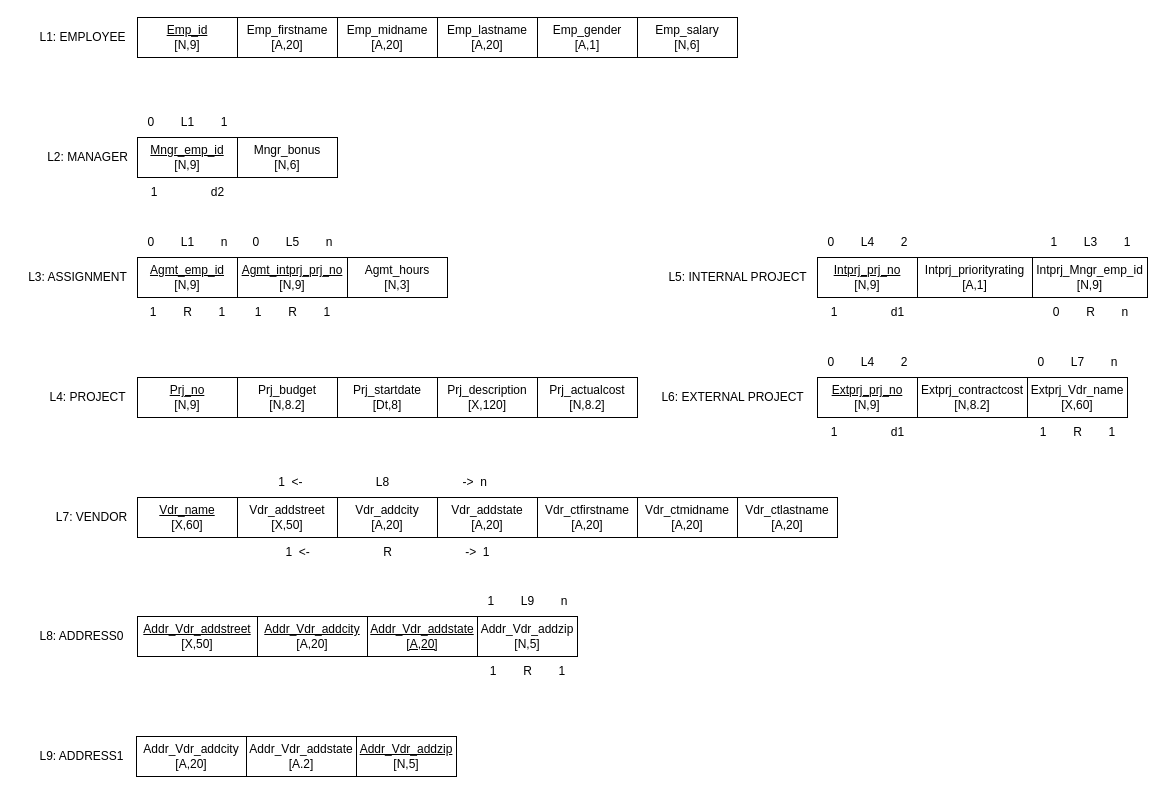
LarryChenCode/IS7020_diagrams keeps this draw.io diagram as isd_v1.drawio. Above is the earlier version. Source tidied: cells renumbered, new cells numbered last; positions are measured from the earlier drawing's top-left corner, leaving out a move shared by most shapes. Both pictures are drawn from the tidied source at 100%, with x=0, y=0 at pixel (17, 17).
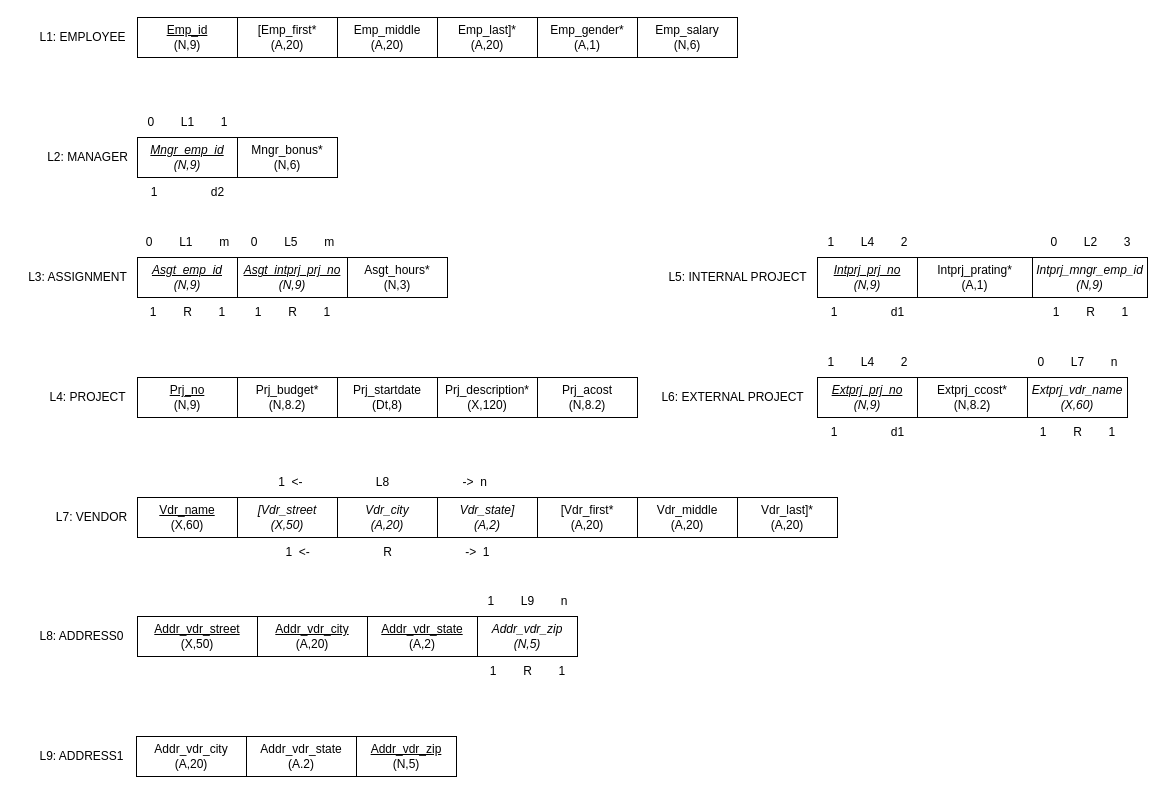
The same page after the edit.

The edit, as a diff of the source:
```diff
@@
-    <mxCell id="3" value="&lt;u&gt;Emp_id&lt;/u&gt;&lt;div&gt;[N,9]&lt;/div&gt;" style="whiteSpace=wrap;html=1;align=center;" parent="1" vertex="1">
+    <mxCell id="3" value="&lt;u&gt;Emp_id&lt;/u&gt;&lt;div&gt;(N,9)&lt;/div&gt;" style="whiteSpace=wrap;html=1;align=center;" parent="1" vertex="1">
       <mxGeometry x="120" width="100" height="40" as="geometry" />
     </mxCell>
-    <mxCell id="4" value="Emp_firstname&lt;div&gt;[A,20]&lt;br&gt;&lt;/div&gt;" style="whiteSpace=wrap;html=1;align=center;" parent="1" vertex="1">
+    <mxCell id="4" value="&lt;div&gt;[Emp_first*&lt;/div&gt;&lt;div&gt;(A,20)&lt;br&gt;&lt;/div&gt;" style="whiteSpace=wrap;html=1;align=center;" parent="1" vertex="1">
       <mxGeometry x="220" width="100" height="40" as="geometry" />
     </mxCell>
-    <mxCell id="5" value="Emp_midname&lt;div&gt;[A,20]&lt;br&gt;&lt;/div&gt;" style="whiteSpace=wrap;html=1;align=center;" parent="1" vertex="1">
+    <mxCell id="5" value="&lt;div&gt;Emp_middle&lt;/div&gt;&lt;div&gt;(A,20)&lt;br&gt;&lt;/div&gt;" style="whiteSpace=wrap;html=1;align=center;" parent="1" vertex="1">
       <mxGeometry x="320" width="100" height="40" as="geometry" />
     </mxCell>
-    <mxCell id="6" value="Emp_lastname&lt;div&gt;[A,20]&lt;br&gt;&lt;/div&gt;" style="whiteSpace=wrap;html=1;align=center;" parent="1" vertex="1">
+    <mxCell id="6" value="&lt;div&gt;Emp_last]*&lt;/div&gt;&lt;div&gt;(A,20)&lt;br&gt;&lt;/div&gt;" style="whiteSpace=wrap;html=1;align=center;" parent="1" vertex="1">
       <mxGeometry x="420" width="100" height="40" as="geometry" />
     </mxCell>
@@
-    <mxCell id="8" value="&lt;u&gt;Mngr_emp_id&lt;/u&gt;&lt;div&gt;[N,9]&lt;/div&gt;" style="whiteSpace=wrap;html=1;align=center;" parent="1" vertex="1">
+    <mxCell id="8" value="&lt;u&gt;&lt;i&gt;Mngr_emp_id&lt;/i&gt;&lt;/u&gt;&lt;div&gt;&lt;i&gt;(N,9)&lt;/i&gt;&lt;/div&gt;" style="whiteSpace=wrap;html=1;align=center;" parent="1" vertex="1">
       <mxGeometry x="120" y="120" width="100" height="40" as="geometry" />
     </mxCell>
-    <mxCell id="9" value="Mngr_bonus&lt;div&gt;[N,6]&lt;/div&gt;" style="whiteSpace=wrap;html=1;align=center;" parent="1" vertex="1">
+    <mxCell id="9" value="Mngr_bonus*&lt;div&gt;(N,6)&lt;/div&gt;" style="whiteSpace=wrap;html=1;align=center;" parent="1" vertex="1">
       <mxGeometry x="220" y="120" width="100" height="40" as="geometry" />
     </mxCell>
@@
-    <mxCell id="11" value="Agmt_hours&lt;div&gt;[N,3]&lt;/div&gt;" style="whiteSpace=wrap;html=1;align=center;" parent="1" vertex="1">
+    <mxCell id="11" value="Asgt_hours*&lt;div&gt;(N,3)&lt;/div&gt;" style="whiteSpace=wrap;html=1;align=center;" parent="1" vertex="1">
       <mxGeometry x="330" y="240" width="100" height="40" as="geometry" />
     </mxCell>
-    <mxCell id="12" value="Emp_gender&lt;div&gt;[A,1]&lt;/div&gt;" style="whiteSpace=wrap;html=1;align=center;" parent="1" vertex="1">
+    <mxCell id="12" value="Emp_gender*&lt;div&gt;(A,1)&lt;/div&gt;" style="whiteSpace=wrap;html=1;align=center;" parent="1" vertex="1">
       <mxGeometry x="520" width="100" height="40" as="geometry" />
     </mxCell>
-    <mxCell id="13" value="Emp_salary&lt;div&gt;[N,6]&lt;/div&gt;" style="whiteSpace=wrap;html=1;align=center;" parent="1" vertex="1">
+    <mxCell id="13" value="Emp_salary&lt;div&gt;(N,6)&lt;/div&gt;" style="whiteSpace=wrap;html=1;align=center;" parent="1" vertex="1">
       <mxGeometry x="620" width="100" height="40" as="geometry" />
     </mxCell>
@@
-    <mxCell id="15" value="Intprj_priorityrating&lt;div&gt;[A,1]&lt;/div&gt;" style="whiteSpace=wrap;html=1;align=center;" parent="1" vertex="1">
+    <mxCell id="15" value="&lt;div&gt;Intprj_prating*&lt;/div&gt;&lt;div&gt;(A,1)&lt;/div&gt;" style="whiteSpace=wrap;html=1;align=center;" parent="1" vertex="1">
       <mxGeometry x="900" y="240" width="115" height="40" as="geometry" />
     </mxCell>
@@
-    <mxCell id="17" value="Extprj_contractcost&lt;div&gt;[N,8.2]&lt;/div&gt;" style="whiteSpace=wrap;html=1;align=center;" parent="1" vertex="1">
+    <mxCell id="17" value="&lt;div&gt;Extprj_ccost*&lt;/div&gt;&lt;div&gt;(N,8.2)&lt;/div&gt;" style="whiteSpace=wrap;html=1;align=center;" parent="1" vertex="1">
       <mxGeometry x="900" y="360" width="110" height="40" as="geometry" />
     </mxCell>
@@
-    <mxCell id="19" value="&lt;u&gt;Prj_no&lt;/u&gt;&lt;div&gt;[N,9]&lt;/div&gt;" style="whiteSpace=wrap;html=1;align=center;" parent="1" vertex="1">
+    <mxCell id="19" value="&lt;u&gt;Prj_no&lt;/u&gt;&lt;div&gt;(N,9)&lt;/div&gt;" style="whiteSpace=wrap;html=1;align=center;" parent="1" vertex="1">
       <mxGeometry x="120" y="360" width="100" height="40" as="geometry" />
     </mxCell>
-    <mxCell id="20" value="Prj_budget&lt;div&gt;[N,8.2]&lt;/div&gt;" style="whiteSpace=wrap;html=1;align=center;" parent="1" vertex="1">
+    <mxCell id="20" value="Prj_budget*&lt;div&gt;(N,8.2)&lt;/div&gt;" style="whiteSpace=wrap;html=1;align=center;" parent="1" vertex="1">
       <mxGeometry x="220" y="360" width="100" height="40" as="geometry" />
     </mxCell>
-    <mxCell id="21" value="Prj_startdate&lt;div&gt;[Dt,8]&lt;/div&gt;" style="whiteSpace=wrap;html=1;align=center;" parent="1" vertex="1">
+    <mxCell id="21" value="Prj_startdate&lt;div&gt;(Dt,8)&lt;/div&gt;" style="whiteSpace=wrap;html=1;align=center;" parent="1" vertex="1">
       <mxGeometry x="320" y="360" width="100" height="40" as="geometry" />
     </mxCell>
-    <mxCell id="22" value="Prj_description&lt;div&gt;[X,120]&lt;/div&gt;" style="whiteSpace=wrap;html=1;align=center;" parent="1" vertex="1">
+    <mxCell id="22" value="Prj_description*&lt;div&gt;(X,120)&lt;/div&gt;" style="whiteSpace=wrap;html=1;align=center;" parent="1" vertex="1">
       <mxGeometry x="420" y="360" width="100" height="40" as="geometry" />
     </mxCell>
-    <mxCell id="23" value="Prj_actualcost&lt;div&gt;[N,8.2]&lt;/div&gt;" style="whiteSpace=wrap;html=1;align=center;" parent="1" vertex="1">
+    <mxCell id="23" value="&lt;div&gt;Prj_acost&lt;/div&gt;&lt;div&gt;(N,8.2)&lt;/div&gt;" style="whiteSpace=wrap;html=1;align=center;" parent="1" vertex="1">
       <mxGeometry x="520" y="360" width="100" height="40" as="geometry" />
     </mxCell>
-    <mxCell id="24" value="&lt;u&gt;Intprj_prj_no&lt;/u&gt;&lt;div&gt;[N,9]&lt;/div&gt;" style="whiteSpace=wrap;html=1;align=center;" parent="1" vertex="1">
+    <mxCell id="24" value="&lt;u&gt;&lt;i&gt;Intprj_prj_no&lt;/i&gt;&lt;/u&gt;&lt;div&gt;&lt;i&gt;(N,9)&lt;/i&gt;&lt;/div&gt;" style="whiteSpace=wrap;html=1;align=center;" parent="1" vertex="1">
       <mxGeometry x="800" y="240" width="100" height="40" as="geometry" />
     </mxCell>
-    <mxCell id="25" value="&lt;u&gt;Extprj_prj_no&lt;/u&gt;&lt;div&gt;[N,9]&lt;/div&gt;" style="whiteSpace=wrap;html=1;align=center;" parent="1" vertex="1">
+    <mxCell id="25" value="&lt;u&gt;&lt;i&gt;Extprj_prj_no&lt;/i&gt;&lt;/u&gt;&lt;div&gt;&lt;i&gt;(N,9)&lt;/i&gt;&lt;/div&gt;" style="whiteSpace=wrap;html=1;align=center;" parent="1" vertex="1">
       <mxGeometry x="800" y="360" width="100" height="40" as="geometry" />
     </mxCell>
-    <mxCell id="26" value="&lt;u&gt;Agmt_intprj_prj_no&lt;/u&gt;&lt;div&gt;[N,9]&lt;/div&gt;" style="whiteSpace=wrap;html=1;align=center;" parent="1" vertex="1">
+    <mxCell id="26" value="&lt;i&gt;&lt;u&gt;Asgt_intprj_prj_no&lt;/u&gt;&lt;br&gt;&lt;/i&gt;&lt;div&gt;&lt;i&gt;(N,9)&lt;/i&gt;&lt;/div&gt;" style="whiteSpace=wrap;html=1;align=center;" parent="1" vertex="1">
       <mxGeometry x="220" y="240" width="110" height="40" as="geometry" />
     </mxCell>
-    <mxCell id="27" value="&lt;u&gt;Agmt_emp_id&lt;/u&gt;&lt;div&gt;[N,9]&lt;/div&gt;" style="whiteSpace=wrap;html=1;align=center;" parent="1" vertex="1">
+    <mxCell id="27" value="&lt;i&gt;&lt;u&gt;Asgt_emp_id&lt;/u&gt;&lt;br&gt;&lt;/i&gt;&lt;div&gt;&lt;i&gt;(N,9)&lt;/i&gt;&lt;/div&gt;" style="whiteSpace=wrap;html=1;align=center;" parent="1" vertex="1">
       <mxGeometry x="120" y="240" width="100" height="40" as="geometry" />
     </mxCell>
@@
-    <mxCell id="29" value="&lt;u&gt;Vdr_name&lt;/u&gt;&lt;div&gt;[X,60]&lt;/div&gt;" style="whiteSpace=wrap;html=1;align=center;" parent="1" vertex="1">
+    <mxCell id="29" value="&lt;u&gt;Vdr_name&lt;/u&gt;&lt;div&gt;(X,60)&lt;/div&gt;" style="whiteSpace=wrap;html=1;align=center;" parent="1" vertex="1">
       <mxGeometry x="120" y="480" width="100" height="40" as="geometry" />
     </mxCell>
-    <mxCell id="30" value="Vdr_addstreet&lt;div&gt;[X,50]&lt;/div&gt;" style="whiteSpace=wrap;html=1;align=center;" parent="1" vertex="1">
+    <mxCell id="30" value="&lt;i&gt;[Vdr_street&lt;/i&gt;&lt;div&gt;&lt;i&gt;(X,50)&lt;/i&gt;&lt;/div&gt;" style="whiteSpace=wrap;html=1;align=center;" parent="1" vertex="1">
       <mxGeometry x="220" y="480" width="100" height="40" as="geometry" />
     </mxCell>
-    <mxCell id="31" value="Vdr_addcity&lt;div&gt;[A,20]&lt;/div&gt;" style="whiteSpace=wrap;html=1;align=center;" parent="1" vertex="1">
+    <mxCell id="31" value="&lt;i&gt;Vdr_city&lt;/i&gt;&lt;div&gt;&lt;i&gt;(A,20)&lt;/i&gt;&lt;/div&gt;" style="whiteSpace=wrap;html=1;align=center;" parent="1" vertex="1">
       <mxGeometry x="320" y="480" width="100" height="40" as="geometry" />
     </mxCell>
-    <mxCell id="32" value="Vdr_addstate&lt;div&gt;[A,20]&lt;/div&gt;" style="whiteSpace=wrap;html=1;align=center;" parent="1" vertex="1">
+    <mxCell id="32" value="&lt;i&gt;Vdr_state]&lt;/i&gt;&lt;div&gt;&lt;i&gt;(A,2)&lt;/i&gt;&lt;/div&gt;" style="whiteSpace=wrap;html=1;align=center;" parent="1" vertex="1">
       <mxGeometry x="420" y="480" width="100" height="40" as="geometry" />
     </mxCell>
-    <mxCell id="33" value="Vdr_ctfirstname&lt;div&gt;[A,20]&lt;/div&gt;" style="whiteSpace=wrap;html=1;align=center;" parent="1" vertex="1">
+    <mxCell id="33" value="[Vdr_first*&lt;div&gt;(A,20)&lt;/div&gt;" style="whiteSpace=wrap;html=1;align=center;" parent="1" vertex="1">
       <mxGeometry x="520" y="480" width="100" height="40" as="geometry" />
     </mxCell>
-    <mxCell id="34" value="Vdr_ctmidname&lt;div&gt;[A,20]&lt;br&gt;&lt;/div&gt;" style="whiteSpace=wrap;html=1;align=center;" parent="1" vertex="1">
+    <mxCell id="34" value="Vdr_middle&lt;div&gt;&lt;span style=&quot;background-color: initial;&quot;&gt;(A,20)&lt;/span&gt;&lt;/div&gt;" style="whiteSpace=wrap;html=1;align=center;" parent="1" vertex="1">
       <mxGeometry x="620" y="480" width="100" height="40" as="geometry" />
     </mxCell>
-    <mxCell id="35" value="Vdr_ctlastname&lt;div&gt;[A,20]&lt;br&gt;&lt;/div&gt;" style="whiteSpace=wrap;html=1;align=center;" parent="1" vertex="1">
+    <mxCell id="35" value="Vdr_last]*&lt;div&gt;(A,20)&lt;br&gt;&lt;/div&gt;" style="whiteSpace=wrap;html=1;align=center;" parent="1" vertex="1">
       <mxGeometry x="720" y="480" width="100" height="40" as="geometry" />
     </mxCell>
@@
-    <mxCell id="37" value="Addr_Vdr_addcity&lt;div&gt;[A,20]&lt;/div&gt;" style="whiteSpace=wrap;html=1;align=center;" parent="1" vertex="1">
+    <mxCell id="37" value="Addr_vdr_city&lt;div&gt;(A,20)&lt;/div&gt;" style="whiteSpace=wrap;html=1;align=center;" parent="1" vertex="1">
       <mxGeometry x="119" y="719" width="110" height="40" as="geometry" />
     </mxCell>
-    <mxCell id="38" value="Addr_Vdr_addstate&lt;div&gt;[A.2]&lt;/div&gt;" style="whiteSpace=wrap;html=1;align=center;" parent="1" vertex="1">
+    <mxCell id="38" value="Addr_vdr_state&lt;div&gt;(A.2)&lt;/div&gt;" style="whiteSpace=wrap;html=1;align=center;" parent="1" vertex="1">
       <mxGeometry x="229" y="719" width="110" height="40" as="geometry" />
     </mxCell>
-    <mxCell id="39" value="&lt;u&gt;Addr_Vdr_addzip&lt;/u&gt;&lt;div&gt;[N,5]&lt;/div&gt;" style="whiteSpace=wrap;html=1;align=center;" parent="1" vertex="1">
+    <mxCell id="39" value="&lt;u&gt;Addr_vdr_zip&lt;/u&gt;&lt;div&gt;(N,5)&lt;/div&gt;" style="whiteSpace=wrap;html=1;align=center;" parent="1" vertex="1">
       <mxGeometry x="339" y="719" width="100" height="40" as="geometry" />
     </mxCell>
@@
-    <mxCell id="41" value="&lt;u&gt;Addr_Vdr_addstreet&lt;/u&gt;&lt;div&gt;[X,50]&lt;/div&gt;" style="whiteSpace=wrap;html=1;align=center;" parent="1" vertex="1">
+    <mxCell id="41" value="&lt;u&gt;Addr_vdr_street&lt;/u&gt;&lt;div&gt;(X,50)&lt;/div&gt;" style="whiteSpace=wrap;html=1;align=center;" parent="1" vertex="1">
       <mxGeometry x="120" y="599" width="120" height="40" as="geometry" />
     </mxCell>
-    <mxCell id="42" value="&lt;u&gt;Addr_Vdr_addcity&lt;/u&gt;&lt;div&gt;[A,20]&lt;/div&gt;" style="whiteSpace=wrap;html=1;align=center;" parent="1" vertex="1">
+    <mxCell id="42" value="&lt;u&gt;Addr_vdr_city&lt;/u&gt;&lt;div&gt;(A,20)&lt;/div&gt;" style="whiteSpace=wrap;html=1;align=center;" parent="1" vertex="1">
       <mxGeometry x="240" y="599" width="110" height="40" as="geometry" />
     </mxCell>
-    <mxCell id="43" value="&lt;u&gt;Addr_Vdr_addstate&lt;/u&gt;&lt;div&gt;&lt;u&gt;[A,20]&lt;/u&gt;&lt;/div&gt;" style="whiteSpace=wrap;html=1;align=center;" parent="1" vertex="1">
+    <mxCell id="43" value="&lt;u&gt;Addr_vdr_state&lt;/u&gt;&lt;div&gt;(A,2)&lt;/div&gt;" style="whiteSpace=wrap;html=1;align=center;" parent="1" vertex="1">
       <mxGeometry x="350" y="599" width="110" height="40" as="geometry" />
     </mxCell>
-    <mxCell id="44" value="Addr_Vdr_addzip&lt;div&gt;[N,5]&lt;/div&gt;" style="whiteSpace=wrap;html=1;align=center;" parent="1" vertex="1">
+    <mxCell id="44" value="&lt;i&gt;Addr_vdr_zip&lt;/i&gt;&lt;div&gt;&lt;i&gt;(N,5)&lt;/i&gt;&lt;/div&gt;" style="whiteSpace=wrap;html=1;align=center;" parent="1" vertex="1">
       <mxGeometry x="460" y="599" width="100" height="40" as="geometry" />
     </mxCell>
-    <mxCell id="45" value="Extprj_Vdr_name&lt;div&gt;[X,60]&lt;/div&gt;" style="whiteSpace=wrap;html=1;align=center;" parent="1" vertex="1">
+    <mxCell id="45" value="&lt;div&gt;&lt;i&gt;Extprj_vdr_name&lt;/i&gt;&lt;/div&gt;&lt;div&gt;&lt;i&gt;(X,60)&lt;/i&gt;&lt;/div&gt;" style="whiteSpace=wrap;html=1;align=center;" parent="1" vertex="1">
       <mxGeometry x="1010" y="360" width="100" height="40" as="geometry" />
     </mxCell>
-    <mxCell id="46" value="Intprj_Mngr_emp_id&lt;div&gt;[N,9]&lt;/div&gt;" style="whiteSpace=wrap;html=1;align=center;" parent="1" vertex="1">
+    <mxCell id="46" value="&lt;div&gt;&lt;i&gt;Intprj_mngr_emp_id&lt;/i&gt;&lt;/div&gt;&lt;div&gt;&lt;i&gt;(N,9)&lt;/i&gt;&lt;/div&gt;" style="whiteSpace=wrap;html=1;align=center;" parent="1" vertex="1">
       <mxGeometry x="1015" y="240" width="115" height="40" as="geometry" />
     </mxCell>
@@
-    <mxCell id="49" value="0&amp;nbsp; &amp;nbsp; &amp;nbsp; &amp;nbsp;&amp;nbsp;L1&amp;nbsp; &amp;nbsp; &amp;nbsp; &amp;nbsp; n" style="text;html=1;align=center;verticalAlign=middle;strokeColor=none;fillColor=none;" parent="1" vertex="1">
-      <mxGeometry x="120" y="210" width="100" height="30" as="geometry" />
+    <mxCell id="49" value="0&amp;nbsp; &amp;nbsp; &amp;nbsp; &amp;nbsp;&amp;nbsp;L1&amp;nbsp; &amp;nbsp; &amp;nbsp; &amp;nbsp; m" style="text;html=1;align=center;verticalAlign=middle;strokeColor=none;fillColor=none;" parent="1" vertex="1">
+      <mxGeometry x="115" y="210" width="110" height="30" as="geometry" />
     </mxCell>
@@
-    <mxCell id="53" value="0&amp;nbsp; &amp;nbsp; &amp;nbsp; &amp;nbsp;&amp;nbsp;L4&amp;nbsp; &amp;nbsp; &amp;nbsp; &amp;nbsp; 2" style="text;html=1;align=center;verticalAlign=middle;strokeColor=none;fillColor=none;" parent="1" vertex="1">
+    <mxCell id="53" value="1&amp;nbsp; &amp;nbsp; &amp;nbsp; &amp;nbsp; L4&amp;nbsp; &amp;nbsp; &amp;nbsp; &amp;nbsp; 2" style="text;html=1;align=center;verticalAlign=middle;strokeColor=none;fillColor=none;" parent="1" vertex="1">
       <mxGeometry x="800" y="210" width="100" height="30" as="geometry" />
     </mxCell>
-    <mxCell id="54" value="0&amp;nbsp; &amp;nbsp; &amp;nbsp; &amp;nbsp;&amp;nbsp;L4&amp;nbsp; &amp;nbsp; &amp;nbsp; &amp;nbsp; 2" style="text;html=1;align=center;verticalAlign=middle;strokeColor=none;fillColor=none;" parent="1" vertex="1">
+    <mxCell id="54" value="1&amp;nbsp; &amp;nbsp; &amp;nbsp; &amp;nbsp; L4&amp;nbsp; &amp;nbsp; &amp;nbsp; &amp;nbsp; 2" style="text;html=1;align=center;verticalAlign=middle;strokeColor=none;fillColor=none;" parent="1" vertex="1">
       <mxGeometry x="800" y="330" width="100" height="30" as="geometry" />
     </mxCell>
@@
-    <mxCell id="56" value="0&amp;nbsp; &amp;nbsp; &amp;nbsp; &amp;nbsp;&amp;nbsp;L5&amp;nbsp; &amp;nbsp; &amp;nbsp; &amp;nbsp; n" style="text;html=1;align=center;verticalAlign=middle;strokeColor=none;fillColor=none;" parent="1" vertex="1">
-      <mxGeometry x="225" y="210" width="100" height="30" as="geometry" />
+    <mxCell id="56" value="0&amp;nbsp; &amp;nbsp; &amp;nbsp; &amp;nbsp;&amp;nbsp;L5&amp;nbsp; &amp;nbsp; &amp;nbsp; &amp;nbsp; m" style="text;html=1;align=center;verticalAlign=middle;strokeColor=none;fillColor=none;" parent="1" vertex="1">
+      <mxGeometry x="220" y="210" width="110" height="30" as="geometry" />
     </mxCell>
@@
-    <mxCell id="63" value="0&amp;nbsp; &amp;nbsp; &amp;nbsp; &amp;nbsp; R&amp;nbsp; &amp;nbsp; &amp;nbsp; &amp;nbsp; n" style="text;html=1;align=center;verticalAlign=middle;strokeColor=none;fillColor=none;" parent="1" vertex="1">
+    <mxCell id="63" value="1&amp;nbsp; &amp;nbsp; &amp;nbsp; &amp;nbsp; R&amp;nbsp; &amp;nbsp; &amp;nbsp; &amp;nbsp; 1" style="text;html=1;align=center;verticalAlign=middle;strokeColor=none;fillColor=none;" parent="1" vertex="1">
       <mxGeometry x="1022.5" y="280" width="100" height="30" as="geometry" />
     </mxCell>
-    <mxCell id="64" value="1&amp;nbsp; &amp;nbsp; &amp;nbsp; &amp;nbsp; L3&amp;nbsp; &amp;nbsp; &amp;nbsp; &amp;nbsp; 1" style="text;html=1;align=center;verticalAlign=middle;strokeColor=none;fillColor=none;" parent="1" vertex="1">
+    <mxCell id="64" value="0&amp;nbsp; &amp;nbsp; &amp;nbsp; &amp;nbsp; L2&amp;nbsp; &amp;nbsp; &amp;nbsp; &amp;nbsp; 3" style="text;html=1;align=center;verticalAlign=middle;strokeColor=none;fillColor=none;" parent="1" vertex="1">
       <mxGeometry x="1022.5" y="210" width="100" height="30" as="geometry" />
     </mxCell>
```
